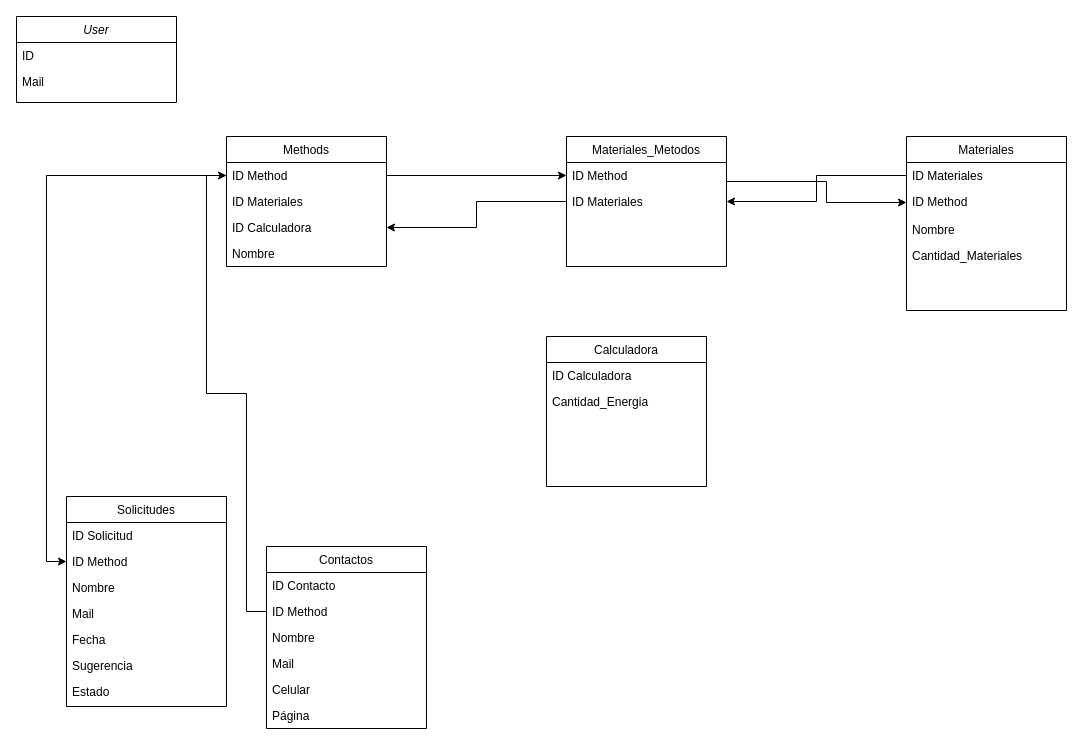
The draw.io diagram Proyecto/Diagram/DB_EcoDevs.drawio in EnzoCruzate/PsychoDevs-Inkua, before the edit. Source tidied: cells renumbered, new cells numbered last; positions are measured from the earlier drawing's top-left corner, leaving out a move shared by most shapes. Both pictures are drawn from the tidied source at 100%, with x=0, y=0 at pixel (16, 16).
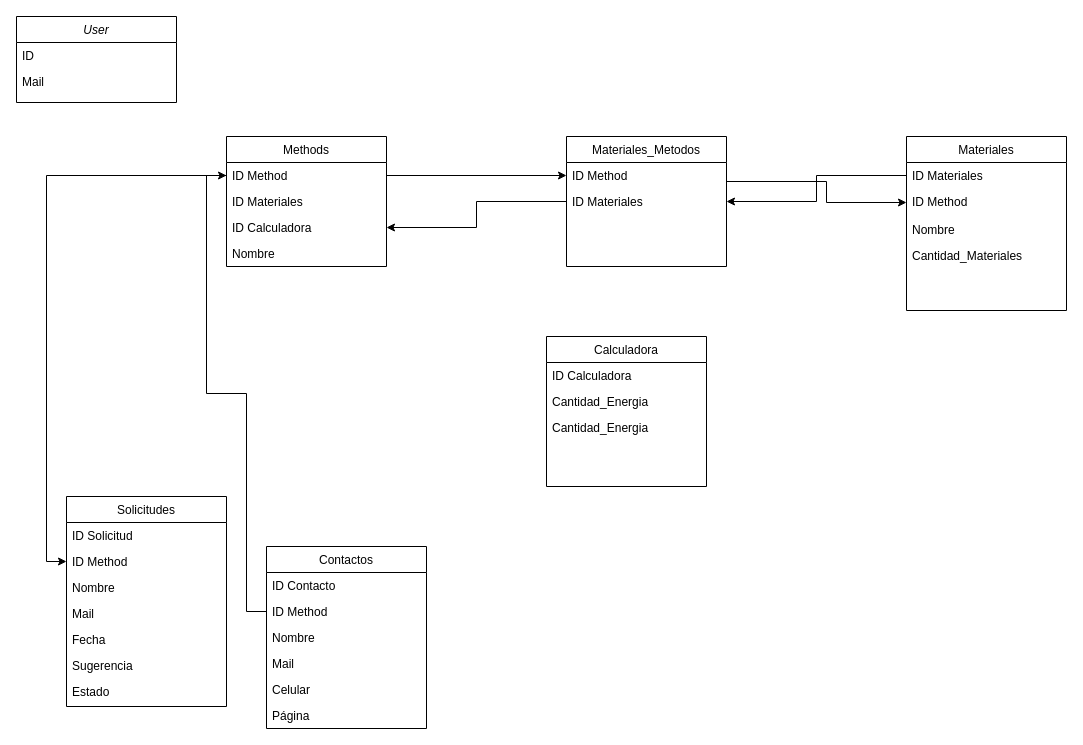
The same diagram, later.

Commit message:
[COMMIT MAIN] Se creó el proyecto Django, la aplicación "Core" con las carpetas "template" y "static" y se armó el primer diagrama de la DB. Se corrigió un error con el usuario del commit.

Unchanged cells that the change refers to:
```xml
<mxCell id="19" value="Calculadora" style="swimlane;fontStyle=0;align=center;verticalAlign=top;horizontal=1;startSize=26;rounded=0;shadow=0;strokeWidth=1;" parent="1" vertex="1">
  <mxGeometry x="530" y="320" width="160" height="150" as="geometry" />
</mxCell>
```

Change to the diagram source:
```diff
@@
+    <mxCell id="43" value="Cantidad_Energia" style="text;align=left;verticalAlign=top;spacingLeft=4;spacingRight=4;overflow=hidden;" parent="19" vertex="1">
+      <mxGeometry y="78" width="160" height="26" as="geometry" />
+    </mxCell>
```
